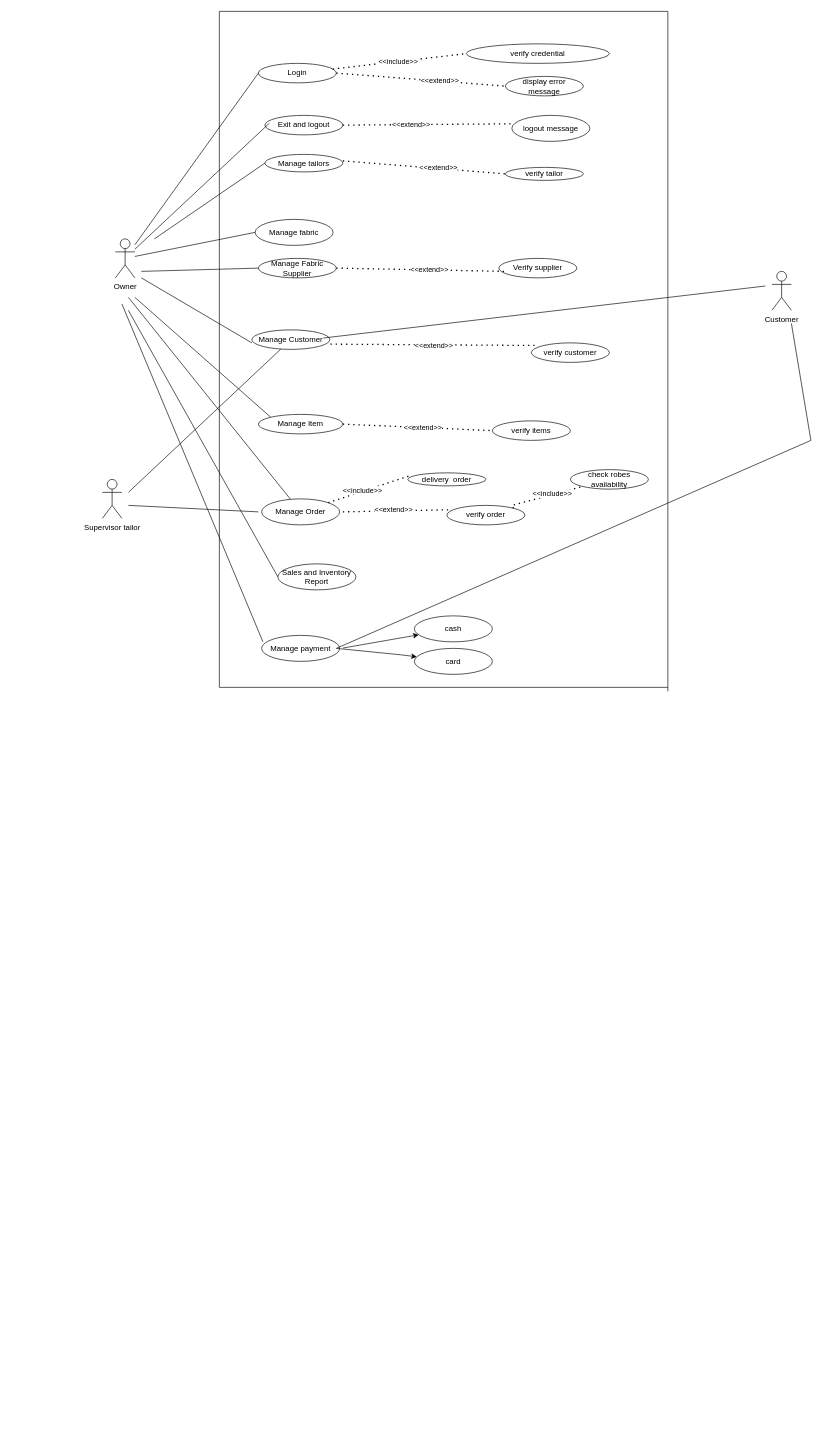
Above: Untitled Diagram.drawio in sarasiVidumini/drawio (draw.io), before the change. Source tidied: cells renumbered, new cells numbered last; positions are measured from the earlier drawing's top-left corner, leaving out a move shared by most shapes. Both pictures are drawn from the tidied source at 65%, with x=0, y=0 at pixel (102, 11).
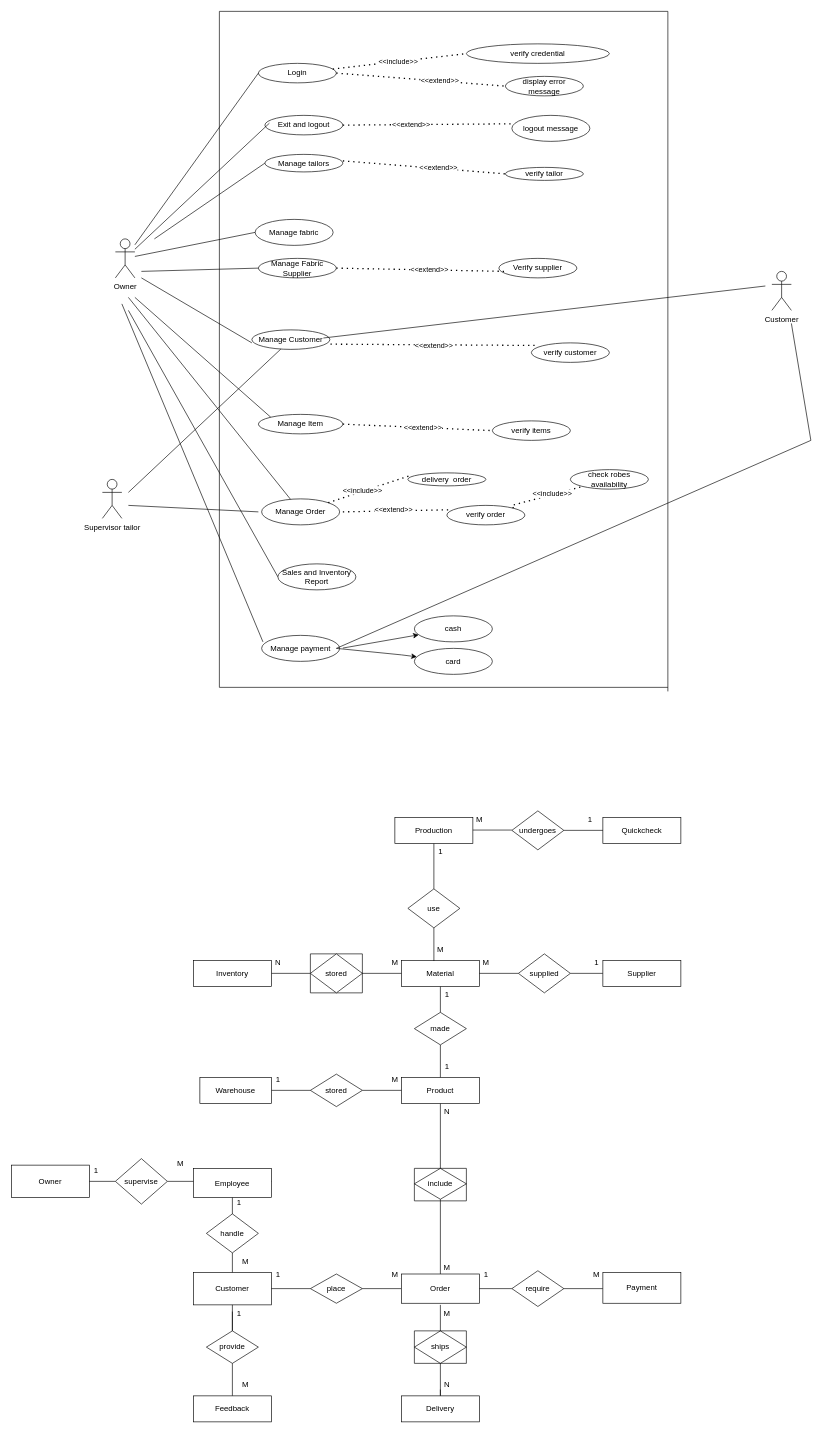
The same page after the edit.

The edit, as a diff of the source:
```diff
@@
+    <mxCell id="70" value="Owner" style="rounded=0;whiteSpace=wrap;html=1;" parent="1" vertex="1">
+      <mxGeometry x="-140" y="1775" width="120" height="50" as="geometry" />
+    </mxCell>
+    <mxCell id="71" style="endArrow=none;html=1;rounded=0;exitX=1;exitY=0.5;exitDx=0;exitDy=0;" parent="1" edge="1" source="79">
+      <mxGeometry relative="1" as="geometry">
+        <mxPoint x="100" y="1800" as="targetPoint" />
+      </mxGeometry>
+    </mxCell>
+    <mxCell id="72" style="endArrow=none;html=1;rounded=0;exitX=1;exitY=0.5;exitDx=0;exitDy=0;" parent="1" edge="1" source="79">
+      <mxGeometry relative="1" as="geometry">
+        <mxPoint x="260" y="1800" as="targetPoint" />
+      </mxGeometry>
+    </mxCell>
+    <mxCell id="73" value="Employee" style="rounded=0;whiteSpace=wrap;html=1;" parent="1" vertex="1">
+      <mxGeometry x="140" y="1780" width="120" height="45" as="geometry" />
+    </mxCell>
+    <mxCell id="74" style="endArrow=none;html=1;rounded=0;entryX=0.5;entryY=1;entryDx=0;entryDy=0;" parent="1" edge="1" target="73">
+      <mxGeometry relative="1" as="geometry">
+        <mxPoint x="200" y="1880" as="sourcePoint" />
+      </mxGeometry>
+    </mxCell>
+    <mxCell id="75" value="handle" style="rhombus;whiteSpace=wrap;html=1;" parent="1" vertex="1">
+      <mxGeometry x="160" y="1850" width="80" height="60" as="geometry" />
+    </mxCell>
+    <mxCell id="76" style="endArrow=none;html=1;rounded=0;entryX=0.5;entryY=1;entryDx=0;entryDy=0;" parent="1" edge="1" target="75">
+      <mxGeometry relative="1" as="geometry">
+        <mxPoint x="200" y="2000" as="sourcePoint" />
+      </mxGeometry>
+    </mxCell>
+    <mxCell id="77" value="Customer" style="rounded=0;whiteSpace=wrap;html=1;" parent="1" vertex="1">
+      <mxGeometry x="140" y="1940" width="120" height="50" as="geometry" />
+    </mxCell>
+    <mxCell id="78" style="endArrow=none;html=1;rounded=0;exitX=1;exitY=0.5;exitDx=0;exitDy=0;" parent="1" edge="1" source="70" target="79">
+      <mxGeometry relative="1" as="geometry" />
+    </mxCell>
+    <mxCell id="79" value="supervise" style="rhombus;whiteSpace=wrap;html=1;" parent="1" vertex="1">
+      <mxGeometry x="20" y="1765" width="80" height="70" as="geometry" />
+    </mxCell>
+    <mxCell id="80" style="endArrow=none;html=1;rounded=0;exitX=0.5;exitY=0;exitDx=0;exitDy=0;" parent="1" edge="1" source="81">
+      <mxGeometry relative="1" as="geometry">
+        <mxPoint x="200" y="2060" as="targetPoint" />
+        <Array as="points">
+          <mxPoint x="200" y="2000" />
+        </Array>
+      </mxGeometry>
+    </mxCell>
+    <mxCell id="81" value="provide" style="rhombus;whiteSpace=wrap;html=1;" parent="1" vertex="1">
+      <mxGeometry x="160" y="2030" width="80" height="50" as="geometry" />
+    </mxCell>
+    <mxCell id="82" style="endArrow=none;html=1;rounded=0;entryX=0.5;entryY=1;entryDx=0;entryDy=0;" parent="1" edge="1" target="81">
+      <mxGeometry relative="1" as="geometry">
+        <mxPoint x="200" y="2130" as="sourcePoint" />
+      </mxGeometry>
+    </mxCell>
+    <mxCell id="83" value="Feedback" style="rounded=0;whiteSpace=wrap;html=1;" parent="1" vertex="1">
+      <mxGeometry x="140" y="2130" width="120" height="40" as="geometry" />
+    </mxCell>
+    <mxCell id="84" style="endArrow=none;html=1;rounded=0;exitX=1;exitY=0.5;exitDx=0;exitDy=0;" parent="1" edge="1" source="77">
+      <mxGeometry relative="1" as="geometry">
+        <mxPoint x="320" y="1965" as="targetPoint" />
+      </mxGeometry>
+    </mxCell>
+    <mxCell id="85" value="place" style="rhombus;whiteSpace=wrap;html=1;" parent="1" vertex="1">
+      <mxGeometry x="320" y="1942.5" width="80" height="45" as="geometry" />
+    </mxCell>
+    <mxCell id="86" style="endArrow=none;html=1;rounded=0;exitX=1;exitY=0.5;exitDx=0;exitDy=0;" parent="1" edge="1" source="85">
+      <mxGeometry relative="1" as="geometry">
+        <mxPoint x="460" y="1965" as="targetPoint" />
+      </mxGeometry>
+    </mxCell>
+    <mxCell id="87" value="Order" style="rounded=0;whiteSpace=wrap;html=1;" parent="1" vertex="1">
+      <mxGeometry x="460" y="1942.5" width="120" height="45" as="geometry" />
+    </mxCell>
+    <mxCell id="88" style="endArrow=none;html=1;rounded=0;exitX=1;exitY=0.5;exitDx=0;exitDy=0;" parent="1" edge="1" source="87">
+      <mxGeometry relative="1" as="geometry">
+        <mxPoint x="630" y="1965" as="targetPoint" />
+      </mxGeometry>
+    </mxCell>
+    <mxCell id="89" style="endArrow=none;html=1;rounded=0;exitX=0.5;exitY=0;exitDx=0;exitDy=0;entryX=0.5;entryY=1;entryDx=0;entryDy=0;" parent="1" edge="1" source="87" target="91">
+      <mxGeometry relative="1" as="geometry" />
+    </mxCell>
+    <mxCell id="90" style="endArrow=none;html=1;rounded=0;" parent="1" edge="1" source="95">
+      <mxGeometry relative="1" as="geometry">
+        <mxPoint x="520" y="1990" as="targetPoint" />
+      </mxGeometry>
+    </mxCell>
+    <mxCell id="91" value="include" style="rhombus;whiteSpace=wrap;html=1;" parent="1" vertex="1">
+      <mxGeometry x="480" y="1780" width="80" height="47.5" as="geometry" />
+    </mxCell>
+    <mxCell id="92" value="require" style="rhombus;whiteSpace=wrap;html=1;" parent="1" vertex="1">
+      <mxGeometry x="630" y="1937.5" width="80" height="55" as="geometry" />
+    </mxCell>
+    <mxCell id="93" style="edgeStyle=orthogonalEdgeStyle;rounded=0;orthogonalLoop=1;jettySize=auto;html=1;exitX=0.5;exitY=1;exitDx=0;exitDy=0;" parent="1" edge="1" source="95" target="95">
+      <mxGeometry relative="1" as="geometry" />
+    </mxCell>
+    <mxCell id="94" style="endArrow=none;html=1;rounded=0;" parent="1" edge="1" target="95">
+      <mxGeometry relative="1" as="geometry">
+        <mxPoint x="520" y="2050" as="sourcePoint" />
+      </mxGeometry>
+    </mxCell>
+    <mxCell id="95" value="ships" style="rhombus;whiteSpace=wrap;html=1;" parent="1" vertex="1">
+      <mxGeometry x="480" y="2030" width="80" height="50" as="geometry" />
+    </mxCell>
+    <mxCell id="96" style="endArrow=none;html=1;rounded=0;exitX=0.5;exitY=0;exitDx=0;exitDy=0;entryX=0.5;entryY=1;entryDx=0;entryDy=0;" parent="1" edge="1" source="91" target="101">
+      <mxGeometry relative="1" as="geometry" />
+    </mxCell>
+    <mxCell id="97" style="endArrow=none;html=1;rounded=0;exitX=1;exitY=0.5;exitDx=0;exitDy=0;" parent="1" edge="1" source="92">
+      <mxGeometry relative="1" as="geometry">
+        <mxPoint x="770" y="1965" as="targetPoint" />
+      </mxGeometry>
+    </mxCell>
+    <mxCell id="98" style="endArrow=none;html=1;rounded=0;exitX=0.5;exitY=1;exitDx=0;exitDy=0;" parent="1" edge="1" source="95">
+      <mxGeometry relative="1" as="geometry">
+        <mxPoint x="520" y="2120" as="targetPoint" />
+        <Array as="points">
+          <mxPoint x="520" y="2120" />
+          <mxPoint x="520" y="2130" />
+        </Array>
+      </mxGeometry>
+    </mxCell>
+    <mxCell id="99" value="Delivery" style="rounded=0;whiteSpace=wrap;html=1;" parent="1" vertex="1">
+      <mxGeometry x="460" y="2130" width="120" height="40" as="geometry" />
+    </mxCell>
+    <mxCell id="100" value="Payment" style="rounded=0;whiteSpace=wrap;html=1;" parent="1" vertex="1">
+      <mxGeometry x="770" y="1940" width="120" height="47.5" as="geometry" />
+    </mxCell>
+    <mxCell id="101" value="Product" style="rounded=0;whiteSpace=wrap;html=1;" parent="1" vertex="1">
+      <mxGeometry x="460" y="1640" width="120" height="40" as="geometry" />
+    </mxCell>
+    <mxCell id="102" style="endArrow=none;html=1;rounded=0;entryX=0;entryY=0.5;entryDx=0;entryDy=0;" parent="1" edge="1" target="101">
+      <mxGeometry relative="1" as="geometry">
+        <mxPoint x="400" y="1660" as="sourcePoint" />
+      </mxGeometry>
+    </mxCell>
+    <mxCell id="103" style="endArrow=none;html=1;rounded=0;exitX=0.5;exitY=0;exitDx=0;exitDy=0;" parent="1" edge="1" source="101">
+      <mxGeometry relative="1" as="geometry">
+        <mxPoint x="520" y="1590" as="targetPoint" />
+      </mxGeometry>
+    </mxCell>
+    <mxCell id="104" value="made" style="rhombus;whiteSpace=wrap;html=1;" parent="1" vertex="1">
+      <mxGeometry x="480" y="1540" width="80" height="50" as="geometry" />
+    </mxCell>
+    <mxCell id="105" value="stored" style="rhombus;whiteSpace=wrap;html=1;" parent="1" vertex="1">
+      <mxGeometry x="320" y="1635" width="80" height="50" as="geometry" />
+    </mxCell>
+    <mxCell id="106" style="endArrow=none;html=1;rounded=0;" parent="1" edge="1">
+      <mxGeometry relative="1" as="geometry">
+        <mxPoint x="260" y="1660" as="sourcePoint" />
+        <mxPoint x="320" y="1660" as="targetPoint" />
+      </mxGeometry>
+    </mxCell>
+    <mxCell id="107" value="Warehouse" style="rounded=0;whiteSpace=wrap;html=1;" parent="1" vertex="1">
+      <mxGeometry x="150" y="1640" width="110" height="40" as="geometry" />
+    </mxCell>
+    <mxCell id="108" style="endArrow=none;html=1;rounded=0;exitX=0.5;exitY=0;exitDx=0;exitDy=0;" parent="1" edge="1" source="104">
+      <mxGeometry relative="1" as="geometry">
+        <mxPoint x="520" y="1500" as="targetPoint" />
+      </mxGeometry>
+    </mxCell>
+    <mxCell id="109" value="Material" style="rounded=0;whiteSpace=wrap;html=1;" parent="1" vertex="1">
+      <mxGeometry x="460" y="1460" width="120" height="40" as="geometry" />
+    </mxCell>
+    <mxCell id="110" style="endArrow=none;html=1;rounded=0;exitX=0.417;exitY=0.025;exitDx=0;exitDy=0;exitPerimeter=0;" parent="1" edge="1" source="109">
+      <mxGeometry relative="1" as="geometry">
+        <mxPoint x="510" y="1410" as="targetPoint" />
+      </mxGeometry>
+    </mxCell>
+    <mxCell id="111" style="endArrow=none;html=1;rounded=0;entryX=0;entryY=0.5;entryDx=0;entryDy=0;" parent="1" edge="1" target="109">
+      <mxGeometry relative="1" as="geometry">
+        <mxPoint x="390" y="1480" as="sourcePoint" />
+      </mxGeometry>
+    </mxCell>
+    <mxCell id="112" style="endArrow=none;html=1;rounded=0;exitX=1;exitY=0.5;exitDx=0;exitDy=0;" parent="1" edge="1" source="109">
+      <mxGeometry relative="1" as="geometry">
+        <mxPoint x="640" y="1480" as="targetPoint" />
+      </mxGeometry>
+    </mxCell>
+    <mxCell id="113" value="use" style="rhombus;whiteSpace=wrap;html=1;" parent="1" vertex="1">
+      <mxGeometry x="470" y="1350" width="80" height="60" as="geometry" />
+    </mxCell>
+    <mxCell id="114" value="supplied" style="rhombus;whiteSpace=wrap;html=1;" parent="1" vertex="1">
+      <mxGeometry x="640" y="1450" width="80" height="60" as="geometry" />
+    </mxCell>
+    <mxCell id="115" style="endArrow=none;html=1;rounded=0;" parent="1" edge="1">
+      <mxGeometry relative="1" as="geometry">
+        <mxPoint x="260" y="1480" as="sourcePoint" />
+        <mxPoint x="320" y="1480" as="targetPoint" />
+        <Array as="points">
+          <mxPoint x="260" y="1480" />
+        </Array>
+      </mxGeometry>
+    </mxCell>
+    <mxCell id="116" style="endArrow=none;html=1;rounded=0;" parent="1" edge="1">
+      <mxGeometry relative="1" as="geometry">
+        <mxPoint x="720" y="1480" as="sourcePoint" />
+        <mxPoint x="770" y="1480" as="targetPoint" />
+      </mxGeometry>
+    </mxCell>
+    <mxCell id="117" style="endArrow=none;html=1;rounded=0;exitX=0.5;exitY=0;exitDx=0;exitDy=0;" parent="1" edge="1" source="113">
+      <mxGeometry relative="1" as="geometry">
+        <mxPoint x="510" y="1280" as="targetPoint" />
+      </mxGeometry>
+    </mxCell>
+    <mxCell id="118" value="Production" style="rounded=0;whiteSpace=wrap;html=1;" parent="1" vertex="1">
+      <mxGeometry x="450" y="1240" width="120" height="40" as="geometry" />
+    </mxCell>
+    <mxCell id="119" value="Supplier" style="rounded=0;whiteSpace=wrap;html=1;" parent="1" vertex="1">
+      <mxGeometry x="770" y="1460" width="120" height="40" as="geometry" />
+    </mxCell>
+    <mxCell id="120" value="Inventory" style="rounded=0;whiteSpace=wrap;html=1;" parent="1" vertex="1">
+      <mxGeometry x="140" y="1460" width="120" height="40" as="geometry" />
+    </mxCell>
+    <mxCell id="121" style="endArrow=none;html=1;rounded=0;" parent="1" edge="1">
+      <mxGeometry relative="1" as="geometry">
+        <mxPoint x="570" y="1259.5" as="sourcePoint" />
+        <mxPoint x="630" y="1259.5" as="targetPoint" />
+        <Array as="points">
+          <mxPoint x="630" y="1259.5" />
+        </Array>
+      </mxGeometry>
+    </mxCell>
+    <mxCell id="122" value="undergoes" style="rhombus;whiteSpace=wrap;html=1;" parent="1" vertex="1">
+      <mxGeometry x="630" y="1230" width="80" height="60" as="geometry" />
+    </mxCell>
+    <mxCell id="123" style="endArrow=none;html=1;rounded=0;exitX=1;exitY=0.5;exitDx=0;exitDy=0;" parent="1" edge="1" source="122">
+      <mxGeometry relative="1" as="geometry">
+        <mxPoint x="780" y="1260" as="targetPoint" />
+      </mxGeometry>
+    </mxCell>
+    <mxCell id="124" value="Quickcheck" style="rounded=0;whiteSpace=wrap;html=1;" parent="1" vertex="1">
+      <mxGeometry x="770" y="1240" width="120" height="40" as="geometry" />
+    </mxCell>
+    <mxCell id="125" value="1" style="text;html=1;align=center;verticalAlign=middle;strokeColor=none;fillColor=none;" parent="1" vertex="1">
+      <mxGeometry x="-25" y="1768" width="30" height="30" as="geometry" />
+    </mxCell>
+    <mxCell id="126" value="M" style="text;html=1;align=center;verticalAlign=middle;strokeColor=none;fillColor=none;" parent="1" vertex="1">
+      <mxGeometry x="105" y="1758" width="30" height="30" as="geometry" />
+    </mxCell>
+    <mxCell id="127" value="1" style="text;html=1;align=center;verticalAlign=middle;strokeColor=none;fillColor=none;" parent="1" vertex="1">
+      <mxGeometry x="255" y="1928" width="30" height="30" as="geometry" />
+    </mxCell>
+    <mxCell id="128" value="M" style="text;html=1;align=center;verticalAlign=middle;strokeColor=none;fillColor=none;" parent="1" vertex="1">
+      <mxGeometry x="435" y="1928" width="30" height="30" as="geometry" />
+    </mxCell>
+    <mxCell id="129" value="1" style="text;html=1;align=center;verticalAlign=middle;strokeColor=none;fillColor=none;" parent="1" vertex="1">
+      <mxGeometry x="575" y="1928" width="30" height="30" as="geometry" />
+    </mxCell>
+    <mxCell id="130" value="M" style="text;html=1;align=center;verticalAlign=middle;strokeColor=none;fillColor=none;" parent="1" vertex="1">
+      <mxGeometry x="745" y="1928" width="30" height="30" as="geometry" />
+    </mxCell>
+    <mxCell id="131" value="M" style="text;html=1;align=center;verticalAlign=middle;strokeColor=none;fillColor=none;" parent="1" vertex="1">
+      <mxGeometry x="515" y="1918" width="30" height="30" as="geometry" />
+    </mxCell>
+    <mxCell id="132" value="N" style="text;html=1;align=center;verticalAlign=middle;strokeColor=none;fillColor=none;" parent="1" vertex="1">
+      <mxGeometry x="515" y="1678" width="30" height="30" as="geometry" />
+    </mxCell>
+    <mxCell id="133" value="1" style="text;html=1;align=center;verticalAlign=middle;strokeColor=none;fillColor=none;" parent="1" vertex="1">
+      <mxGeometry x="745" y="1448" width="30" height="30" as="geometry" />
+    </mxCell>
+    <mxCell id="134" value="M" style="text;html=1;align=center;verticalAlign=middle;strokeColor=none;fillColor=none;" parent="1" vertex="1">
+      <mxGeometry x="575" y="1448" width="30" height="30" as="geometry" />
+    </mxCell>
+    <mxCell id="135" value="1" style="text;html=1;align=center;verticalAlign=middle;strokeColor=none;fillColor=none;" parent="1" vertex="1">
+      <mxGeometry x="735" y="1228" width="30" height="30" as="geometry" />
+    </mxCell>
+    <mxCell id="136" value="M" style="text;html=1;align=center;verticalAlign=middle;strokeColor=none;fillColor=none;" parent="1" vertex="1">
+      <mxGeometry x="565" y="1228" width="30" height="30" as="geometry" />
+    </mxCell>
+    <mxCell id="137" value="1" style="text;html=1;align=center;verticalAlign=middle;strokeColor=none;fillColor=none;" parent="1" vertex="1">
+      <mxGeometry x="255" y="1628" width="30" height="30" as="geometry" />
+    </mxCell>
+    <mxCell id="138" value="M" style="text;html=1;align=center;verticalAlign=middle;strokeColor=none;fillColor=none;" parent="1" vertex="1">
+      <mxGeometry x="435" y="1628" width="30" height="30" as="geometry" />
+    </mxCell>
+    <mxCell id="139" value="1" style="text;html=1;align=center;verticalAlign=middle;strokeColor=none;fillColor=none;" parent="1" vertex="1">
+      <mxGeometry x="195" y="1988" width="30" height="30" as="geometry" />
+    </mxCell>
+    <mxCell id="140" value="M" style="text;html=1;align=center;verticalAlign=middle;strokeColor=none;fillColor=none;" parent="1" vertex="1">
+      <mxGeometry x="205" y="2098" width="30" height="30" as="geometry" />
+    </mxCell>
+    <mxCell id="141" value="N" style="text;html=1;align=center;verticalAlign=middle;strokeColor=none;fillColor=none;" parent="1" vertex="1">
+      <mxGeometry x="515" y="2098" width="30" height="30" as="geometry" />
+    </mxCell>
+    <mxCell id="142" value="M" style="text;html=1;align=center;verticalAlign=middle;strokeColor=none;fillColor=none;" parent="1" vertex="1">
+      <mxGeometry x="515" y="1988" width="30" height="30" as="geometry" />
+    </mxCell>
+    <mxCell id="143" value="M" style="text;html=1;align=center;verticalAlign=middle;strokeColor=none;fillColor=none;" parent="1" vertex="1">
+      <mxGeometry x="435" y="1448" width="30" height="30" as="geometry" />
+    </mxCell>
+    <mxCell id="144" value="N" style="text;html=1;align=center;verticalAlign=middle;strokeColor=none;fillColor=none;" parent="1" vertex="1">
+      <mxGeometry x="255" y="1448" width="30" height="30" as="geometry" />
+    </mxCell>
+    <mxCell id="145" value="1" style="text;html=1;align=center;verticalAlign=middle;strokeColor=none;fillColor=none;" parent="1" vertex="1">
+      <mxGeometry x="505" y="1278" width="30" height="30" as="geometry" />
+    </mxCell>
+    <mxCell id="146" value="M" style="text;html=1;align=center;verticalAlign=middle;strokeColor=none;fillColor=none;" parent="1" vertex="1">
+      <mxGeometry x="505" y="1428" width="30" height="30" as="geometry" />
+    </mxCell>
+    <mxCell id="147" value="1" style="text;html=1;align=center;verticalAlign=middle;strokeColor=none;fillColor=none;" parent="1" vertex="1">
+      <mxGeometry x="195" y="1818" width="30" height="30" as="geometry" />
+    </mxCell>
+    <mxCell id="148" value="M" style="text;html=1;align=center;verticalAlign=middle;strokeColor=none;fillColor=none;" parent="1" vertex="1">
+      <mxGeometry x="205" y="1908" width="30" height="30" as="geometry" />
+    </mxCell>
+    <mxCell id="149" value="1" style="text;html=1;align=center;verticalAlign=middle;strokeColor=none;fillColor=none;" parent="1" vertex="1">
+      <mxGeometry x="515" y="1498" width="30" height="30" as="geometry" />
+    </mxCell>
+    <mxCell id="150" value="1" style="text;html=1;align=center;verticalAlign=middle;strokeColor=none;fillColor=none;" parent="1" vertex="1">
+      <mxGeometry x="515" y="1608" width="30" height="30" as="geometry" />
+    </mxCell>
+    <mxCell id="151" style="swimlane;startSize=0;" parent="1" vertex="1">
+      <mxGeometry x="320" y="1450" width="80" height="60" as="geometry" />
+    </mxCell>
+    <mxCell id="152" value="stored" style="rhombus;whiteSpace=wrap;html=1;" parent="151" vertex="1">
+      <mxGeometry width="80" height="60" as="geometry" />
+    </mxCell>
+    <mxCell id="153" style="swimlane;startSize=0;" parent="1" vertex="1">
+      <mxGeometry x="480" y="1780" width="80" height="50" as="geometry" />
+    </mxCell>
+    <mxCell id="154" style="swimlane;startSize=0;" parent="1" vertex="1">
+      <mxGeometry x="480" y="2030" width="80" height="50" as="geometry" />
+    </mxCell>
```
